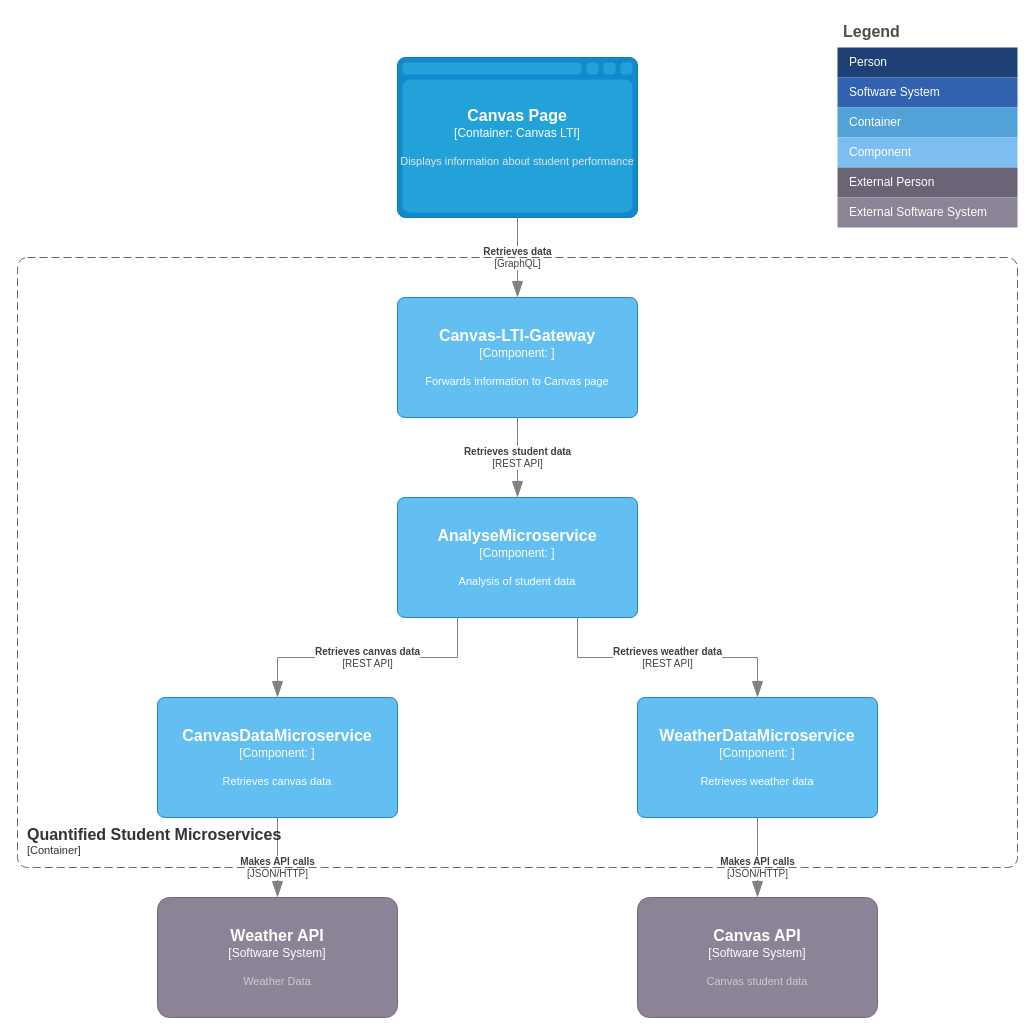
Above: Application Architecture/QSc4_3.drawio in quantifiedstudent/QS-Docs (draw.io), before the change. Source tidied: cells renumbered, new cells numbered last; positions are measured from the earlier drawing's top-left corner, leaving out a move shared by most shapes. Both pictures are drawn from the tidied source at 100%, with x=0, y=0 at pixel (17, 17).
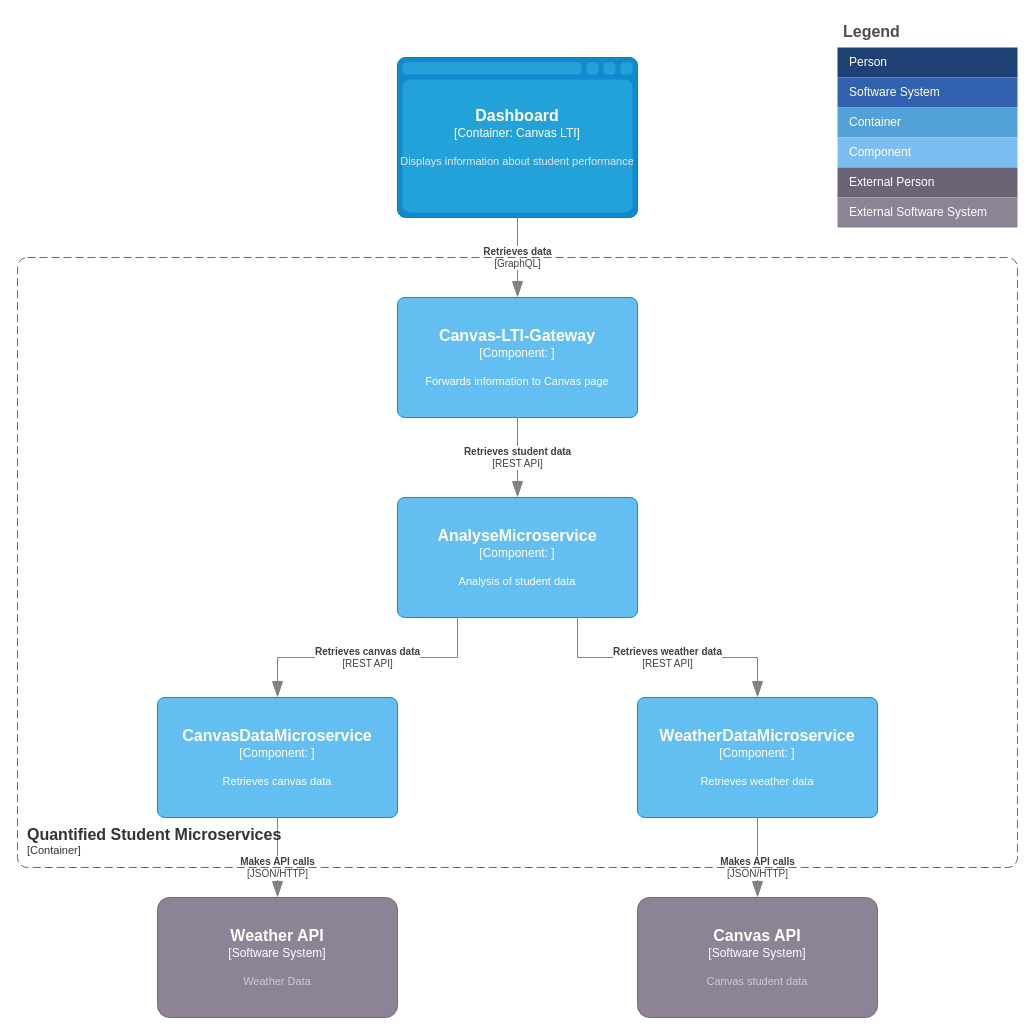
The same diagram, later.

Diff of the diagram source:
```diff
@@
-    <object id="16" label="&lt;font style=&quot;font-size: 16px&quot;&gt;&lt;b&gt;%c4Type%&lt;/b&gt;&lt;/font&gt;&lt;div&gt;[%c4Container%:&amp;nbsp;%c4Technology%]&lt;/div&gt;&lt;br&gt;&lt;div&gt;&lt;font style=&quot;font-size: 11px&quot;&gt;&lt;font color=&quot;#E6E6E6&quot;&gt;%c4Description%&lt;/font&gt;&lt;/div&gt;" c4Container="Container" c4Description="Displays information about student performance" c4Technology="Canvas LTI" c4Type="Canvas Page" placeholders="1">
+    <object id="16" label="&lt;font style=&quot;font-size: 16px&quot;&gt;&lt;b&gt;%c4Type%&lt;/b&gt;&lt;/font&gt;&lt;div&gt;[%c4Container%:&amp;nbsp;%c4Technology%]&lt;/div&gt;&lt;br&gt;&lt;div&gt;&lt;font style=&quot;font-size: 11px&quot;&gt;&lt;font color=&quot;#E6E6E6&quot;&gt;%c4Description%&lt;/font&gt;&lt;/div&gt;" c4Container="Container" c4Description="Displays information about student performance" c4Technology="Canvas LTI" c4Type="Dashboard" placeholders="1">
       <mxCell style="shape=mxgraph.c4.webBrowserContainer2;whiteSpace=wrap;html=1;boundedLbl=1;rounded=0;labelBackgroundColor=none;strokeColor=#118ACD;fillColor=#23A2D9;strokeColor=#118ACD;strokeColor2=#0E7DAD;fontSize=12;fontColor=#ffffff;align=center;points=[[0.5,0,0],[1,0.25,0],[1,0.5,0],[1,0.75,0],[0.5,1,0],[0,0.75,0],[0,0.5,0],[0,0.25,0]];" parent="1" vertex="1">
         <mxGeometry x="380" y="40" width="240" height="160" as="geometry" />
       </mxCell>
     </object>
```
